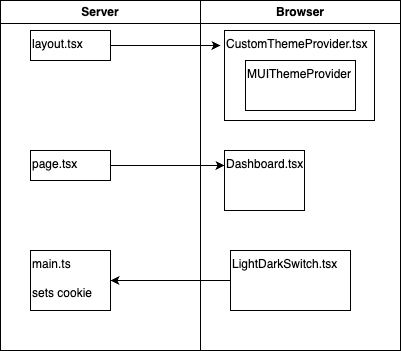
Above: docs/architecture.png in rkristelijn/mui-theme-switcher (draw.io), before the change. Source tidied: cells renumbered, new cells last; positions are measured from the earlier drawing's top-left corner, leaving out a move shared by most shapes.
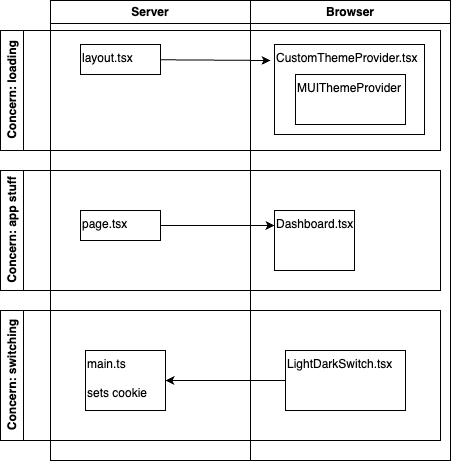
The same diagram one commit later.

What changed in the source:
```diff
@@ -3,42 +3,51 @@
     <mxCell id="0" />
     <mxCell id="1" parent="0" />
     <mxCell id="2" value="Browser" style="swimlane;whiteSpace=wrap;html=1;" parent="1" vertex="1">
-      <mxGeometry x="200" width="200" height="350" as="geometry" />
+      <mxGeometry x="200" width="200" height="460" as="geometry" />
     </mxCell>
     <mxCell id="3" value="CustomThemeProvider.tsx" style="rounded=0;whiteSpace=wrap;html=1;align=left;verticalAlign=top;" parent="2" vertex="1">
-      <mxGeometry x="24" y="30" width="150" height="90" as="geometry" />
+      <mxGeometry x="24" y="44" width="150" height="90" as="geometry" />
     </mxCell>
     <mxCell id="4" value="MUIThemeProvider" style="rounded=0;whiteSpace=wrap;html=1;align=left;verticalAlign=top;" parent="2" vertex="1">
-      <mxGeometry x="45" y="60" width="110" height="50" as="geometry" />
+      <mxGeometry x="45" y="74" width="110" height="50" as="geometry" />
     </mxCell>
-    <mxCell id="5" value="Dashboard.tsx" style="rounded=0;whiteSpace=wrap;html=1;align=left;verticalAlign=top;" parent="2" vertex="1">
-      <mxGeometry x="24" y="150" width="80" height="60" as="geometry" />
-    </mxCell>
     <mxCell id="6" value="LightDarkSwitch.tsx" style="rounded=0;whiteSpace=wrap;html=1;align=left;verticalAlign=top;" parent="2" vertex="1">
-      <mxGeometry x="30" y="250" width="120" height="60" as="geometry" />
+      <mxGeometry x="35" y="350" width="120" height="60" as="geometry" />
     </mxCell>
     <mxCell id="7" value="Server" style="swimlane;whiteSpace=wrap;html=1;" parent="1" vertex="1">
-      <mxGeometry width="200" height="350" as="geometry" />
+      <mxGeometry width="200" height="460" as="geometry" />
     </mxCell>
     <mxCell id="8" value="main.ts&lt;br&gt;&lt;br&gt;sets cookie" style="rounded=0;whiteSpace=wrap;html=1;align=left;verticalAlign=top;" parent="7" vertex="1">
-      <mxGeometry x="30" y="250" width="80" height="60" as="geometry" />
+      <mxGeometry x="35" y="350" width="80" height="60" as="geometry" />
     </mxCell>
     <mxCell id="9" value="layout.tsx" style="rounded=0;whiteSpace=wrap;html=1;align=left;verticalAlign=top;" parent="7" vertex="1">
-      <mxGeometry x="30" y="30" width="80" height="30" as="geometry" />
+      <mxGeometry x="30" y="44" width="80" height="30" as="geometry" />
     </mxCell>
-    <mxCell id="10" value="page.tsx" style="rounded=0;whiteSpace=wrap;html=1;align=left;verticalAlign=top;" parent="7" vertex="1">
-      <mxGeometry x="30" y="150" width="80" height="30" as="geometry" />
-    </mxCell>
     <mxCell id="11" style="edgeStyle=none;html=1;" parent="1" edge="1" source="9">
       <mxGeometry relative="1" as="geometry">
-        <mxPoint x="220" y="45" as="targetPoint" />
+        <mxPoint x="220" y="60" as="targetPoint" />
       </mxGeometry>
     </mxCell>
     <mxCell id="12" style="edgeStyle=none;html=1;entryX=1;entryY=0.5;entryDx=0;entryDy=0;" parent="1" edge="1" source="6" target="8">
       <mxGeometry relative="1" as="geometry" />
     </mxCell>
+    <mxCell id="14" value="Concern: switching" style="swimlane;horizontal=0;whiteSpace=wrap;html=1;" parent="1" vertex="1">
+      <mxGeometry x="-50" y="310" width="440" height="130" as="geometry" />
+    </mxCell>
+    <mxCell id="15" value="Concern: app stuff" style="swimlane;horizontal=0;whiteSpace=wrap;html=1;" parent="1" vertex="1">
+      <mxGeometry x="-50" y="170" width="440" height="120" as="geometry" />
+    </mxCell>
+    <mxCell id="10" value="page.tsx" style="rounded=0;whiteSpace=wrap;html=1;align=left;verticalAlign=top;" parent="15" vertex="1">
+      <mxGeometry x="80" y="40" width="80" height="30" as="geometry" />
+    </mxCell>
+    <mxCell id="5" value="Dashboard.tsx" style="rounded=0;whiteSpace=wrap;html=1;align=left;verticalAlign=top;" parent="15" vertex="1">
+      <mxGeometry x="274" y="40" width="80" height="60" as="geometry" />
+    </mxCell>
-    <mxCell id="13" style="edgeStyle=none;html=1;entryX=0;entryY=0.25;entryDx=0;entryDy=0;" parent="1" edge="1" source="10" target="5">
+    <mxCell id="13" style="edgeStyle=none;html=1;entryX=0;entryY=0.25;entryDx=0;entryDy=0;" parent="15" edge="1" source="10" target="5">
       <mxGeometry relative="1" as="geometry" />
     </mxCell>
+    <mxCell id="16" value="Concern: loading" style="swimlane;horizontal=0;whiteSpace=wrap;html=1;" parent="1" vertex="1">
+      <mxGeometry x="-50" y="30" width="440" height="120" as="geometry" />
+    </mxCell>
   </root>
 </mxGraphModel>
```
